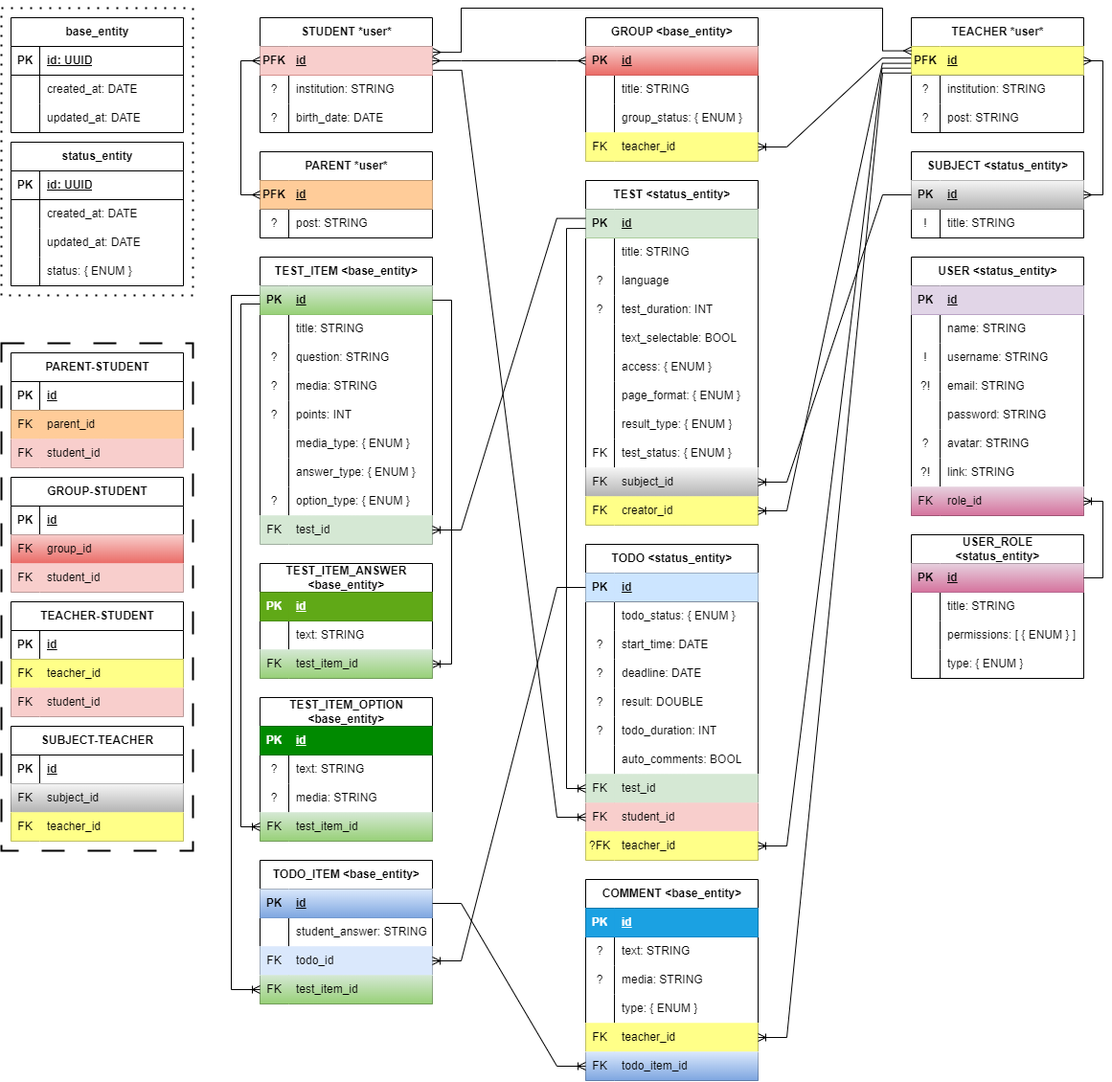
Above: scheme.png in DmitruKudr/lms-backend (draw.io), before the change. Source tidied: cells renumbered, new cells last; positions are measured from the earlier drawing's top-left corner, leaving out a move shared by most shapes.
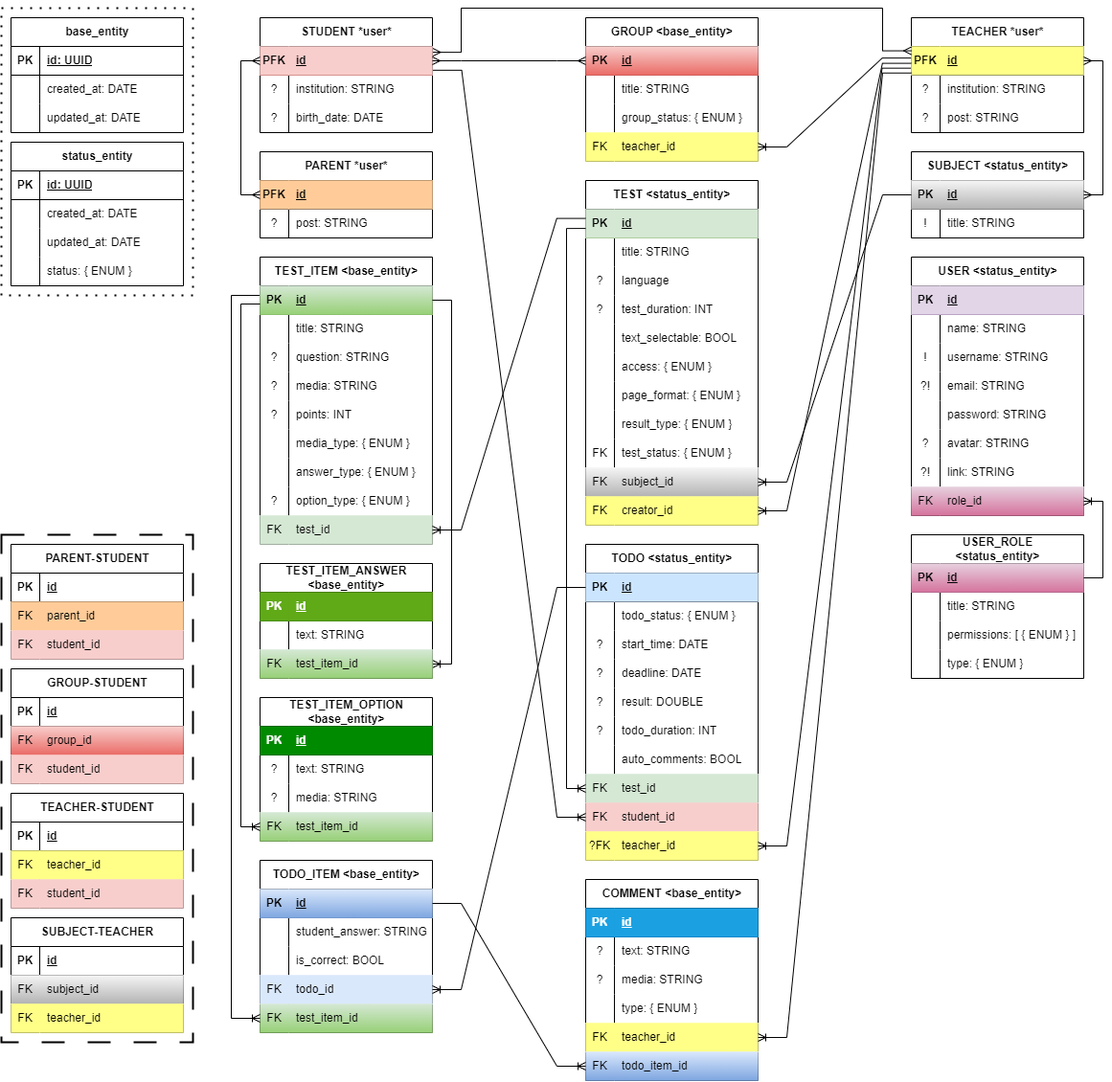
After the commit.

Commit message:
editing todo item model and db schema

Diff of the diagram source:
```diff
@@ -3,7 +3,7 @@
     <mxCell id="0" />
     <mxCell id="1" parent="0" />
     <mxCell id="2" style="rounded=0;whiteSpace=wrap;html=1;strokeColor=default;strokeWidth=2;dashed=1;fillColor=none;dashPattern=12 12;" parent="1" vertex="1">
-      <mxGeometry y="350" width="200" height="530" as="geometry" />
+      <mxGeometry y="550" width="200" height="530" as="geometry" />
     </mxCell>
     <mxCell id="3" style="rounded=0;whiteSpace=wrap;html=1;strokeColor=#000000;strokeWidth=2;dashed=1;fillColor=none;dashPattern=1 4;" parent="1" vertex="1">
       <mxGeometry width="200" height="300" as="geometry" />
@@ -399,7 +399,7 @@
       <mxGeometry x="30" width="150" height="30" as="geometry" />
     </mxCell>
     <mxCell id="134" value="TEACHER-STUDENT" style="shape=table;startSize=30;rowLines=0;fontStyle=1;align=center;html=1;" parent="1" vertex="1">
-      <mxGeometry x="10" y="620" width="180" height="120" as="geometry" />
+      <mxGeometry x="10" y="820" width="180" height="120" as="geometry" />
     </mxCell>
     <mxCell id="135" style="shape=tableRow;horizontal=0;startSize=0;swimlaneHead=0;swimlaneBody=0;fillColor=none;top=0;left=0;right=0;bottom=1;" parent="134" vertex="1">
       <mxGeometry y="30" width="180" height="30" as="geometry" />
@@ -429,7 +429,7 @@
       <mxGeometry x="30" width="150" height="30" as="geometry" />
     </mxCell>
     <mxCell id="144" value="PARENT-STUDENT" style="shape=table;startSize=30;rowLines=0;fontStyle=1;align=center;html=1;" parent="1" vertex="1">
-      <mxGeometry x="10" y="360" width="180" height="120" as="geometry" />
+      <mxGeometry x="10" y="560" width="180" height="120" as="geometry" />
     </mxCell>
     <mxCell id="145" style="shape=tableRow;horizontal=0;startSize=0;swimlaneHead=0;swimlaneBody=0;fillColor=none;top=0;left=0;right=0;bottom=1;" parent="144" vertex="1">
       <mxGeometry y="30" width="180" height="30" as="geometry" />
@@ -579,7 +579,7 @@
       <mxGeometry x="30" width="150" height="30" as="geometry" />
     </mxCell>
     <mxCell id="194" value="SUBJECT-TEACHER" style="shape=table;startSize=30;rowLines=0;fontStyle=1;align=center;html=1;" parent="1" vertex="1">
-      <mxGeometry x="10" y="750" width="180" height="120" as="geometry" />
+      <mxGeometry x="10" y="950" width="180" height="120" as="geometry" />
     </mxCell>
     <mxCell id="195" style="shape=tableRow;horizontal=0;startSize=0;swimlaneHead=0;swimlaneBody=0;fillColor=none;top=0;left=0;right=0;bottom=1;" parent="194" vertex="1">
       <mxGeometry y="30" width="180" height="30" as="geometry" />
@@ -702,7 +702,7 @@
       <mxGeometry x="30" width="150" height="30" as="geometry" />
     </mxCell>
     <mxCell id="235" value="TODO_ITEM &amp;lt;base_entity&amp;gt;" style="shape=table;startSize=30;rowLines=0;fontStyle=1;align=center;html=1;" parent="1" vertex="1">
-      <mxGeometry x="270" y="890" width="180" height="150" as="geometry" />
+      <mxGeometry x="270" y="890" width="180" height="180" as="geometry" />
     </mxCell>
     <mxCell id="236" style="shape=tableRow;horizontal=0;startSize=0;swimlaneHead=0;swimlaneBody=0;fillColor=#dae8fc;points=[[0,0.5],[1,0.5]];portConstraint=eastwest;top=0;left=0;right=0;bottom=1;strokeColor=#6c8ebf;gradientColor=#7ea6e0;" parent="235" vertex="1">
       <mxGeometry y="30" width="180" height="30" as="geometry" />
@@ -722,26 +722,35 @@
     <mxCell id="241" value="student_answer: STRING" style="shape=partialRectangle;fillColor=none;top=0;left=0;bottom=0;right=0;align=left;spacingLeft=6;overflow=hidden;whiteSpace=wrap;html=1;" parent="239" vertex="1">
       <mxGeometry x="30" width="150" height="30" as="geometry" />
     </mxCell>
-    <mxCell id="242" style="shape=tableRow;horizontal=0;startSize=0;swimlaneHead=0;swimlaneBody=0;fillColor=#dae8fc;points=[[0,0.5],[1,0.5]];portConstraint=eastwest;top=0;left=0;right=0;bottom=0;strokeColor=#6c8ebf;" parent="235" vertex="1">
+    <mxCell id="242" style="shape=tableRow;horizontal=0;startSize=0;swimlaneHead=0;swimlaneBody=0;fillColor=none;points=[[0,0.5],[1,0.5]];portConstraint=eastwest;top=0;left=0;right=0;bottom=0;" parent="235" vertex="1">
       <mxGeometry y="90" width="180" height="30" as="geometry" />
     </mxCell>
-    <mxCell id="243" value="FK" style="shape=partialRectangle;fillColor=#dae8fc;top=0;left=0;bottom=0;right=0;overflow=hidden;whiteSpace=wrap;html=1;strokeColor=#6c8ebf;" parent="242" vertex="1">
+    <mxCell id="243" style="shape=partialRectangle;fillColor=none;top=0;left=0;bottom=0;right=0;overflow=hidden;whiteSpace=wrap;html=1;" parent="242" vertex="1">
       <mxGeometry width="30" height="30" as="geometry" />
     </mxCell>
-    <mxCell id="244" value="todo_id" style="shape=partialRectangle;fillColor=#dae8fc;top=0;left=0;bottom=0;right=0;align=left;spacingLeft=6;overflow=hidden;whiteSpace=wrap;html=1;strokeColor=#6c8ebf;" parent="242" vertex="1">
+    <mxCell id="244" value="is_correct: BOOL" style="shape=partialRectangle;fillColor=none;top=0;left=0;bottom=0;right=0;align=left;spacingLeft=6;overflow=hidden;whiteSpace=wrap;html=1;" parent="242" vertex="1">
       <mxGeometry x="30" width="150" height="30" as="geometry" />
     </mxCell>
-    <mxCell id="245" style="shape=tableRow;horizontal=0;startSize=0;swimlaneHead=0;swimlaneBody=0;fillColor=#d5e8d4;points=[[0,0.5],[1,0.5]];portConstraint=eastwest;top=0;left=0;right=0;bottom=0;gradientColor=#97d077;strokeColor=#82b366;" parent="235" vertex="1">
+    <mxCell id="245" style="shape=tableRow;horizontal=0;startSize=0;swimlaneHead=0;swimlaneBody=0;fillColor=#dae8fc;points=[[0,0.5],[1,0.5]];portConstraint=eastwest;top=0;left=0;right=0;bottom=0;strokeColor=#6c8ebf;" parent="235" vertex="1">
       <mxGeometry y="120" width="180" height="30" as="geometry" />
     </mxCell>
-    <mxCell id="246" value="FK" style="shape=partialRectangle;fillColor=#d5e8d4;top=0;left=0;bottom=0;right=0;overflow=hidden;whiteSpace=wrap;html=1;gradientColor=#97d077;strokeColor=#82b366;" parent="245" vertex="1">
+    <mxCell id="246" value="FK" style="shape=partialRectangle;fillColor=#dae8fc;top=0;left=0;bottom=0;right=0;overflow=hidden;whiteSpace=wrap;html=1;strokeColor=#6c8ebf;" parent="245" vertex="1">
       <mxGeometry width="30" height="30" as="geometry" />
     </mxCell>
-    <mxCell id="247" value="test_item_id" style="shape=partialRectangle;fillColor=#d5e8d4;top=0;left=0;bottom=0;right=0;align=left;spacingLeft=6;overflow=hidden;whiteSpace=wrap;html=1;gradientColor=#97d077;strokeColor=#82b366;" parent="245" vertex="1">
+    <mxCell id="247" value="todo_id" style="shape=partialRectangle;fillColor=#dae8fc;top=0;left=0;bottom=0;right=0;align=left;spacingLeft=6;overflow=hidden;whiteSpace=wrap;html=1;strokeColor=#6c8ebf;" parent="245" vertex="1">
       <mxGeometry x="30" width="150" height="30" as="geometry" />
     </mxCell>
+    <mxCell id="318" style="shape=tableRow;horizontal=0;startSize=0;swimlaneHead=0;swimlaneBody=0;fillColor=#d5e8d4;points=[[0,0.5],[1,0.5]];portConstraint=eastwest;top=0;left=0;right=0;bottom=0;gradientColor=#97d077;strokeColor=#82b366;" parent="235" vertex="1">
+      <mxGeometry y="150" width="180" height="30" as="geometry" />
+    </mxCell>
+    <mxCell id="319" value="FK" style="shape=partialRectangle;fillColor=#d5e8d4;top=0;left=0;bottom=0;right=0;overflow=hidden;whiteSpace=wrap;html=1;gradientColor=#97d077;strokeColor=#82b366;" parent="318" vertex="1">
+      <mxGeometry width="30" height="30" as="geometry" />
+    </mxCell>
+    <mxCell id="320" value="test_item_id" style="shape=partialRectangle;fillColor=#d5e8d4;top=0;left=0;bottom=0;right=0;align=left;spacingLeft=6;overflow=hidden;whiteSpace=wrap;html=1;gradientColor=#97d077;strokeColor=#82b366;" parent="318" vertex="1">
+      <mxGeometry x="30" width="150" height="30" as="geometry" />
+    </mxCell>
     <mxCell id="248" value="GROUP-STUDENT" style="shape=table;startSize=30;rowLines=0;fontStyle=1;align=center;html=1;" parent="1" vertex="1">
-      <mxGeometry x="10" y="490" width="180" height="120" as="geometry" />
+      <mxGeometry x="10" y="690" width="180" height="120" as="geometry" />
     </mxCell>
     <mxCell id="249" style="shape=tableRow;horizontal=0;startSize=0;swimlaneHead=0;swimlaneBody=0;fillColor=none;top=0;left=0;right=0;bottom=1;" parent="248" vertex="1">
       <mxGeometry y="30" width="180" height="30" as="geometry" />
@@ -932,13 +941,13 @@
         </Array>
       </mxGeometry>
     </mxCell>
-    <mxCell id="303" style="edgeStyle=entityRelationEdgeStyle;fontSize=12;html=1;endArrow=none;rounded=0;startArrow=ERoneToMany;startFill=0;endFill=0;" parent="1" edge="1" source="242" target="205">
+    <mxCell id="303" style="edgeStyle=entityRelationEdgeStyle;fontSize=12;html=1;endArrow=none;rounded=0;startArrow=ERoneToMany;startFill=0;endFill=0;" parent="1" edge="1" source="245" target="205">
       <mxGeometry relative="1" as="geometry" />
     </mxCell>
-    <mxCell id="304" style="edgeStyle=orthogonalEdgeStyle;fontSize=12;html=1;endArrow=none;rounded=0;startArrow=ERoneToMany;startFill=0;endFill=0;entryX=-0.003;entryY=0.333;entryDx=0;entryDy=0;entryPerimeter=0;" parent="1" edge="1" source="245" target="100">
+    <mxCell id="304" style="edgeStyle=orthogonalEdgeStyle;fontSize=12;html=1;endArrow=none;rounded=0;startArrow=ERoneToMany;startFill=0;endFill=0;entryX=-0.003;entryY=0.333;entryDx=0;entryDy=0;entryPerimeter=0;" parent="1" edge="1" source="318" target="100">
       <mxGeometry relative="1" as="geometry">
         <Array as="points">
-          <mxPoint x="240" y="1025" />
+          <mxPoint x="240" y="1055" />
           <mxPoint x="240" y="300" />
         </Array>
       </mxGeometry>
```
